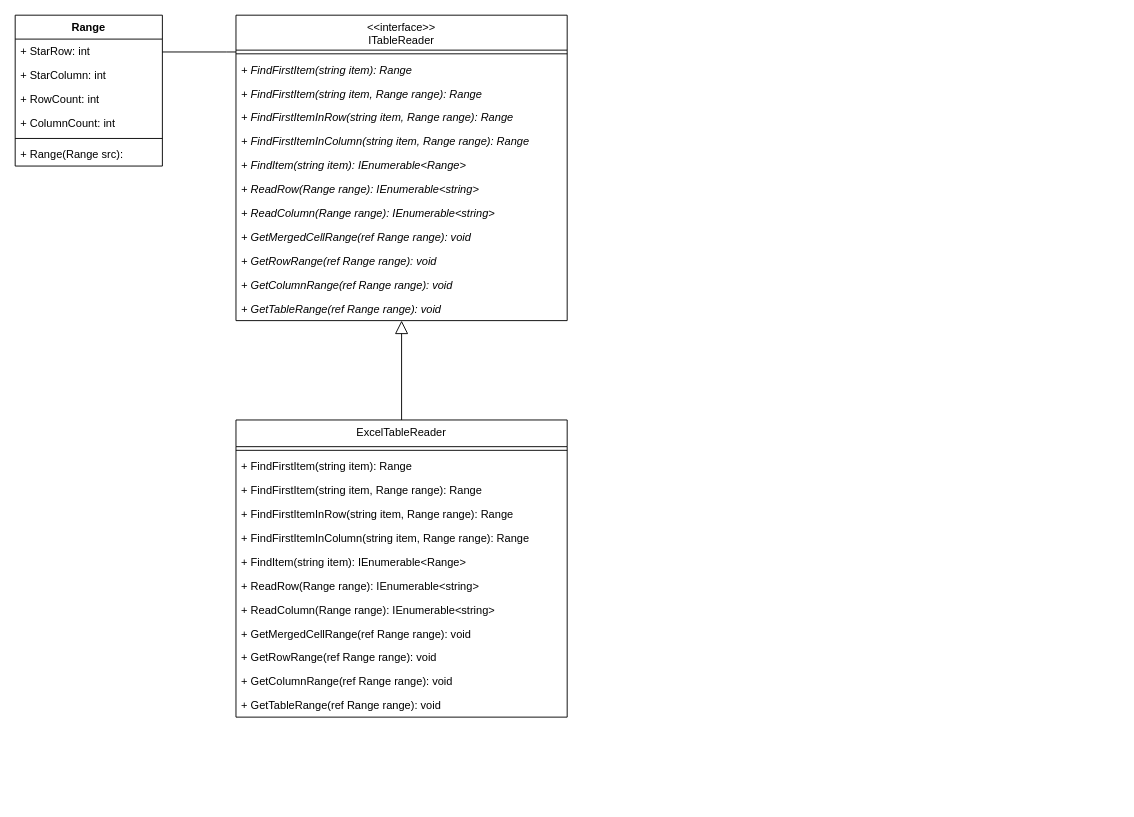
CountrySideEngineer/CsMySamples keeps this draw.io diagram as TableReader/doc/class_diagram.drawio. Above is the earlier version. Source tidied: cells renumbered, new cells numbered last; positions are measured from the earlier drawing's top-left corner, leaving out a move shared by most shapes. Both pictures are drawn from the tidied source at 92%, with x=0, y=0 at pixel (15, 15).
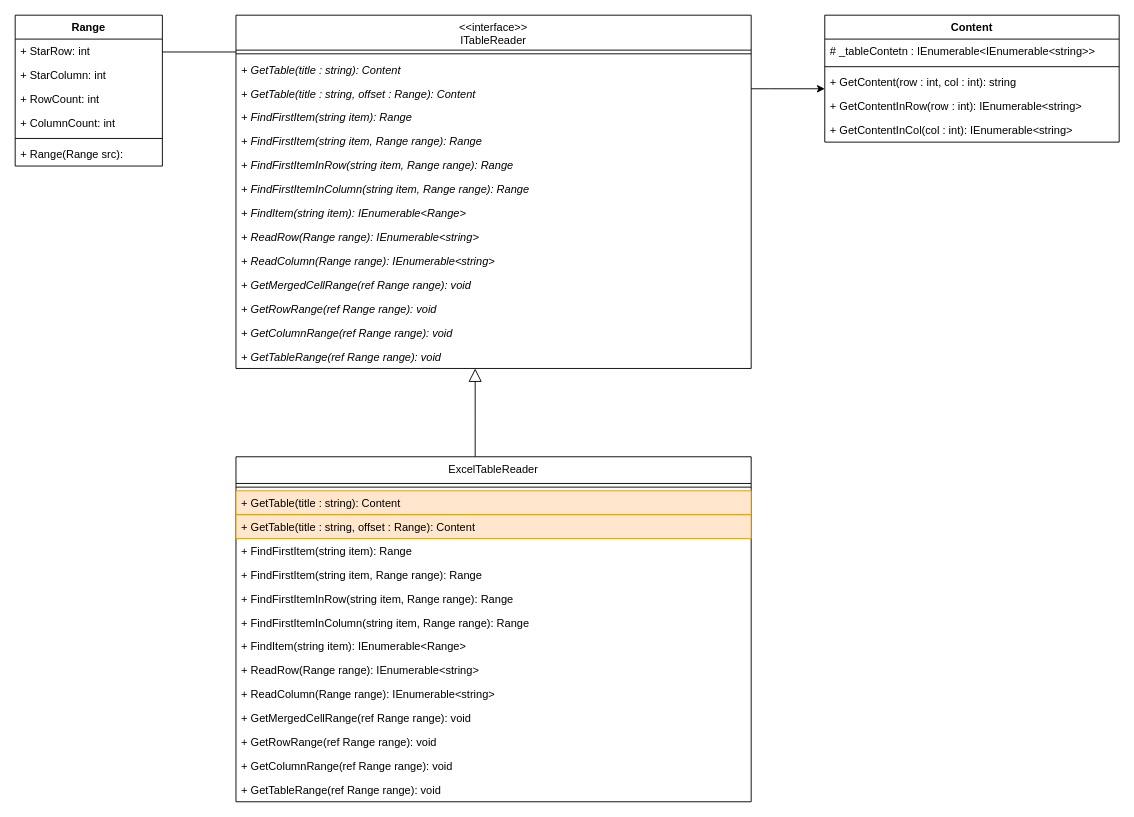
Above is the later version.

Commit message (it also covers changes not shown here):
Update design of the library. Add robustness analysis diagram. Update class diagram of the library.

Change to the diagram source:
```diff
@@
+    <mxCell id="37" style="edgeStyle=orthogonalEdgeStyle;rounded=0;jettySize=auto;html=1;" parent="1" edge="1" source="3" target="42">
+      <mxGeometry relative="1" as="geometry">
+        <Array as="points">
+          <mxPoint x="820" y="80" />
+          <mxPoint x="820" y="80" />
+        </Array>
+      </mxGeometry>
+    </mxCell>
     <mxCell id="3" value="&lt;&lt;interface&gt;&gt;&#10;ITableReader" style="swimlane;fontStyle=0;align=center;verticalAlign=top;horizontal=1;startSize=38;" parent="1" vertex="1">
-      <mxGeometry x="240" width="360" height="332" as="geometry" />
+      <mxGeometry x="240" width="560" height="384" as="geometry" />
     </mxCell>
     <mxCell id="4" style="line;strokeWidth=1;fillColor=none;align=left;verticalAlign=middle;spacingTop=-1;spacingLeft=3;spacingRight=3;labelPosition=right;" parent="3" vertex="1">
-      <mxGeometry y="38" width="360" height="8" as="geometry" />
+      <mxGeometry y="38" width="560" height="8" as="geometry" />
     </mxCell>
+    <mxCell id="38" value="+ GetTable(title : string): Content" style="text;strokeColor=none;fillColor=none;align=left;verticalAlign=top;spacingLeft=4;spacingRight=4;overflow=hidden;fontStyle=2;" parent="3" vertex="1">
+      <mxGeometry y="46" width="560" height="26" as="geometry" />
+    </mxCell>
+    <mxCell id="39" value="+ GetTable(title : string, offset : Range): Content" style="text;strokeColor=none;fillColor=none;align=left;verticalAlign=top;spacingLeft=4;spacingRight=4;overflow=hidden;fontStyle=2;" parent="3" vertex="1">
+      <mxGeometry y="72" width="560" height="26" as="geometry" />
+    </mxCell>
     <mxCell id="5" value="+ FindFirstItem(string item): Range" style="text;strokeColor=none;fillColor=none;align=left;verticalAlign=top;spacingLeft=4;spacingRight=4;overflow=hidden;fontStyle=2;" parent="3" vertex="1">
-      <mxGeometry y="46" width="360" height="26" as="geometry" />
+      <mxGeometry y="98" width="560" height="26" as="geometry" />
     </mxCell>
     <mxCell id="6" value="+ FindFirstItem(string item, Range range): Range" style="text;strokeColor=none;fillColor=none;align=left;verticalAlign=top;spacingLeft=4;spacingRight=4;overflow=hidden;fontStyle=2;" parent="3" vertex="1">
-      <mxGeometry y="72" width="360" height="26" as="geometry" />
+      <mxGeometry y="124" width="560" height="26" as="geometry" />
     </mxCell>
     <mxCell id="7" value="+ FindFirstItemInRow(string item, Range range): Range" style="text;strokeColor=none;fillColor=none;align=left;verticalAlign=top;spacingLeft=4;spacingRight=4;overflow=hidden;fontStyle=2;" parent="3" vertex="1">
-      <mxGeometry y="98" width="360" height="26" as="geometry" />
+      <mxGeometry y="150" width="560" height="26" as="geometry" />
     </mxCell>
     <mxCell id="8" value="+ FindFirstItemInColumn(string item, Range range): Range" style="text;strokeColor=none;fillColor=none;align=left;verticalAlign=top;spacingLeft=4;spacingRight=4;overflow=hidden;fontStyle=2;" parent="3" vertex="1">
-      <mxGeometry y="124" width="360" height="26" as="geometry" />
+      <mxGeometry y="176" width="560" height="26" as="geometry" />
     </mxCell>
     <mxCell id="9" value="+ FindItem(string item): IEnumerable&lt;Range&gt;" style="text;strokeColor=none;fillColor=none;align=left;verticalAlign=top;spacingLeft=4;spacingRight=4;overflow=hidden;fontStyle=2;" parent="3" vertex="1">
-      <mxGeometry y="150" width="360" height="26" as="geometry" />
+      <mxGeometry y="202" width="560" height="26" as="geometry" />
     </mxCell>
     <mxCell id="10" value="+ ReadRow(Range range): IEnumerable&lt;string&gt;" style="text;strokeColor=none;fillColor=none;align=left;verticalAlign=top;spacingLeft=4;spacingRight=4;overflow=hidden;fontStyle=2;" parent="3" vertex="1">
-      <mxGeometry y="176" width="360" height="26" as="geometry" />
+      <mxGeometry y="228" width="560" height="26" as="geometry" />
     </mxCell>
     <mxCell id="11" value="+ ReadColumn(Range range): IEnumerable&lt;string&gt;" style="text;strokeColor=none;fillColor=none;align=left;verticalAlign=top;spacingLeft=4;spacingRight=4;overflow=hidden;fontStyle=2;" parent="3" vertex="1">
-      <mxGeometry y="202" width="360" height="26" as="geometry" />
+      <mxGeometry y="254" width="560" height="26" as="geometry" />
     </mxCell>
     <mxCell id="12" value="+ GetMergedCellRange(ref Range range): void" style="text;strokeColor=none;fillColor=none;align=left;verticalAlign=top;spacingLeft=4;spacingRight=4;overflow=hidden;fontStyle=2;" parent="3" vertex="1">
-      <mxGeometry y="228" width="360" height="26" as="geometry" />
+      <mxGeometry y="280" width="560" height="26" as="geometry" />
     </mxCell>
     <mxCell id="13" value="+ GetRowRange(ref Range range): void" style="text;strokeColor=none;fillColor=none;align=left;verticalAlign=top;spacingLeft=4;spacingRight=4;overflow=hidden;fontStyle=2;" parent="3" vertex="1">
-      <mxGeometry y="254" width="360" height="26" as="geometry" />
+      <mxGeometry y="306" width="560" height="26" as="geometry" />
     </mxCell>
     <mxCell id="14" value="+ GetColumnRange(ref Range range): void" style="text;strokeColor=none;fillColor=none;align=left;verticalAlign=top;spacingLeft=4;spacingRight=4;overflow=hidden;fontStyle=2;" parent="3" vertex="1">
-      <mxGeometry y="280" width="360" height="26" as="geometry" />
+      <mxGeometry y="332" width="560" height="26" as="geometry" />
     </mxCell>
     <mxCell id="15" value="+ GetTableRange(ref Range range): void" style="text;strokeColor=none;fillColor=none;align=left;verticalAlign=top;spacingLeft=4;spacingRight=4;overflow=hidden;fontStyle=2;" parent="3" vertex="1">
-      <mxGeometry y="306" width="360" height="26" as="geometry" />
+      <mxGeometry y="358" width="560" height="26" as="geometry" />
     </mxCell>
@@
     <mxCell id="23" style="edgeStyle=orthogonalEdgeStyle;rounded=0;jettySize=auto;html=1;endArrow=block;endFill=0;strokeWidth=1;startSize=6;endSize=12;" parent="1" edge="1" source="24" target="3">
-      <mxGeometry relative="1" as="geometry" />
+      <mxGeometry relative="1" as="geometry">
+        <Array as="points">
+          <mxPoint x="500" y="440" />
+          <mxPoint x="500" y="440" />
+        </Array>
+      </mxGeometry>
     </mxCell>
     <mxCell id="24" value="ExcelTableReader" style="swimlane;fontStyle=0;align=center;verticalAlign=top;horizontal=1;startSize=29;" parent="1" vertex="1">
-      <mxGeometry x="240" y="440" width="360" height="323" as="geometry" />
+      <mxGeometry x="240" y="480" width="560" height="375" as="geometry" />
     </mxCell>
     <mxCell id="25" style="line;strokeWidth=1;fillColor=none;align=left;verticalAlign=middle;spacingTop=-1;spacingLeft=3;spacingRight=3;labelPosition=right;fontStyle=2;" parent="24" vertex="1">
-      <mxGeometry y="29" width="360" height="8" as="geometry" />
+      <mxGeometry y="29" width="560" height="8" as="geometry" />
     </mxCell>
+    <mxCell id="40" value="+ GetTable(title : string): Content" style="text;strokeColor=#d79b00;fillColor=#ffe6cc;align=left;verticalAlign=top;spacingLeft=4;spacingRight=4;overflow=hidden;fontStyle=0;" parent="24" vertex="1">
+      <mxGeometry y="37" width="560" height="26" as="geometry" />
+    </mxCell>
+    <mxCell id="41" value="+ GetTable(title : string, offset : Range): Content" style="text;strokeColor=#d79b00;fillColor=#ffe6cc;align=left;verticalAlign=top;spacingLeft=4;spacingRight=4;overflow=hidden;fontStyle=0;" parent="24" vertex="1">
+      <mxGeometry y="63" width="560" height="26" as="geometry" />
+    </mxCell>
     <mxCell id="26" value="+ FindFirstItem(string item): Range" style="text;strokeColor=none;fillColor=none;align=left;verticalAlign=top;spacingLeft=4;spacingRight=4;overflow=hidden;fontStyle=0;" parent="24" vertex="1">
-      <mxGeometry y="37" width="360" height="26" as="geometry" />
+      <mxGeometry y="89" width="560" height="26" as="geometry" />
     </mxCell>
     <mxCell id="27" value="+ FindFirstItem(string item, Range range): Range" style="text;strokeColor=none;fillColor=none;align=left;verticalAlign=top;spacingLeft=4;spacingRight=4;overflow=hidden;fontStyle=0;" parent="24" vertex="1">
-      <mxGeometry y="63" width="360" height="26" as="geometry" />
+      <mxGeometry y="115" width="560" height="26" as="geometry" />
     </mxCell>
     <mxCell id="28" value="+ FindFirstItemInRow(string item, Range range): Range" style="text;strokeColor=none;fillColor=none;align=left;verticalAlign=top;spacingLeft=4;spacingRight=4;overflow=hidden;fontStyle=0;" parent="24" vertex="1">
-      <mxGeometry y="89" width="360" height="26" as="geometry" />
+      <mxGeometry y="141" width="560" height="26" as="geometry" />
     </mxCell>
     <mxCell id="29" value="+ FindFirstItemInColumn(string item, Range range): Range" style="text;strokeColor=none;fillColor=none;align=left;verticalAlign=top;spacingLeft=4;spacingRight=4;overflow=hidden;fontStyle=0;" parent="24" vertex="1">
-      <mxGeometry y="115" width="360" height="26" as="geometry" />
+      <mxGeometry y="167" width="560" height="26" as="geometry" />
     </mxCell>
     <mxCell id="30" value="+ FindItem(string item): IEnumerable&lt;Range&gt;" style="text;strokeColor=none;fillColor=none;align=left;verticalAlign=top;spacingLeft=4;spacingRight=4;overflow=hidden;fontStyle=0;" parent="24" vertex="1">
-      <mxGeometry y="141" width="360" height="26" as="geometry" />
+      <mxGeometry y="193" width="560" height="26" as="geometry" />
     </mxCell>
     <mxCell id="31" value="+ ReadRow(Range range): IEnumerable&lt;string&gt;" style="text;strokeColor=none;fillColor=none;align=left;verticalAlign=top;spacingLeft=4;spacingRight=4;overflow=hidden;fontStyle=0;" parent="24" vertex="1">
-      <mxGeometry y="167" width="360" height="26" as="geometry" />
+      <mxGeometry y="219" width="560" height="26" as="geometry" />
     </mxCell>
     <mxCell id="32" value="+ ReadColumn(Range range): IEnumerable&lt;string&gt;" style="text;strokeColor=none;fillColor=none;align=left;verticalAlign=top;spacingLeft=4;spacingRight=4;overflow=hidden;fontStyle=0;" parent="24" vertex="1">
-      <mxGeometry y="193" width="360" height="26" as="geometry" />
+      <mxGeometry y="245" width="560" height="26" as="geometry" />
     </mxCell>
     <mxCell id="33" value="+ GetMergedCellRange(ref Range range): void" style="text;strokeColor=none;fillColor=none;align=left;verticalAlign=top;spacingLeft=4;spacingRight=4;overflow=hidden;fontStyle=0;" parent="24" vertex="1">
-      <mxGeometry y="219" width="360" height="26" as="geometry" />
+      <mxGeometry y="271" width="560" height="26" as="geometry" />
     </mxCell>
     <mxCell id="34" value="+ GetRowRange(ref Range range): void" style="text;strokeColor=none;fillColor=none;align=left;verticalAlign=top;spacingLeft=4;spacingRight=4;overflow=hidden;fontStyle=0;" parent="24" vertex="1">
-      <mxGeometry y="245" width="360" height="26" as="geometry" />
+      <mxGeometry y="297" width="560" height="26" as="geometry" />
     </mxCell>
     <mxCell id="35" value="+ GetColumnRange(ref Range range): void" style="text;strokeColor=none;fillColor=none;align=left;verticalAlign=top;spacingLeft=4;spacingRight=4;overflow=hidden;fontStyle=0;" parent="24" vertex="1">
-      <mxGeometry y="271" width="360" height="26" as="geometry" />
+      <mxGeometry y="323" width="560" height="26" as="geometry" />
     </mxCell>
     <mxCell id="36" value="+ GetTableRange(ref Range range): void" style="text;strokeColor=none;fillColor=none;align=left;verticalAlign=top;spacingLeft=4;spacingRight=4;overflow=hidden;fontStyle=0;" parent="24" vertex="1">
-      <mxGeometry y="297" width="360" height="26" as="geometry" />
+      <mxGeometry y="349" width="560" height="26" as="geometry" />
     </mxCell>
+    <mxCell id="42" value="Content" style="swimlane;fontStyle=1;align=center;verticalAlign=top;horizontal=1;startSize=26;" parent="1" vertex="1">
+      <mxGeometry x="880" width="320" height="138" as="geometry" />
+    </mxCell>
+    <mxCell id="43" value="# _tableContetn : IEnumerable&lt;IEnumerable&lt;string&gt;&gt;" style="text;strokeColor=none;fillColor=none;align=left;verticalAlign=top;spacingLeft=4;spacingRight=4;overflow=hidden;" parent="42" vertex="1">
+      <mxGeometry y="26" width="320" height="26" as="geometry" />
+    </mxCell>
+    <mxCell id="44" style="line;strokeWidth=1;fillColor=none;align=left;verticalAlign=middle;spacingTop=-1;spacingLeft=3;spacingRight=3;labelPosition=right;" parent="42" vertex="1">
+      <mxGeometry y="52" width="320" height="8" as="geometry" />
+    </mxCell>
+    <mxCell id="45" value="+ GetContent(row : int, col : int): string" style="text;strokeColor=none;fillColor=none;align=left;verticalAlign=top;spacingLeft=4;spacingRight=4;overflow=hidden;" parent="42" vertex="1">
+      <mxGeometry y="60" width="320" height="26" as="geometry" />
+    </mxCell>
+    <mxCell id="46" value="+ GetContentInRow(row : int): IEnumerable&lt;string&gt;" style="text;strokeColor=none;fillColor=none;align=left;verticalAlign=top;spacingLeft=4;spacingRight=4;overflow=hidden;" parent="42" vertex="1">
+      <mxGeometry y="86" width="320" height="26" as="geometry" />
+    </mxCell>
+    <mxCell id="47" value="+ GetContentInCol(col : int): IEnumerable&lt;string&gt;" style="text;strokeColor=none;fillColor=none;align=left;verticalAlign=top;spacingLeft=4;spacingRight=4;overflow=hidden;" parent="42" vertex="1">
+      <mxGeometry y="112" width="320" height="26" as="geometry" />
+    </mxCell>
```
